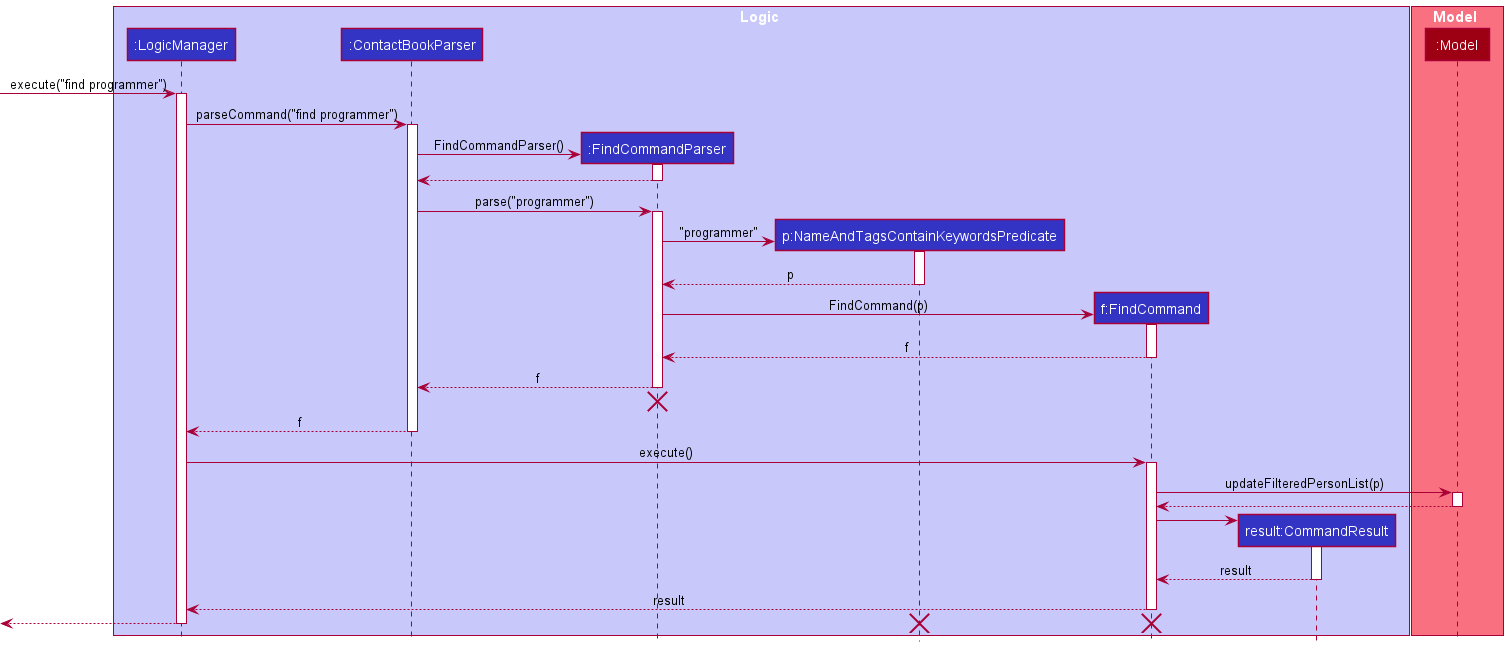
samyipsh/tp keeps this PlantUML diagram as docs/images/FindTagSequenceDiagram.png. Above is the earlier version.
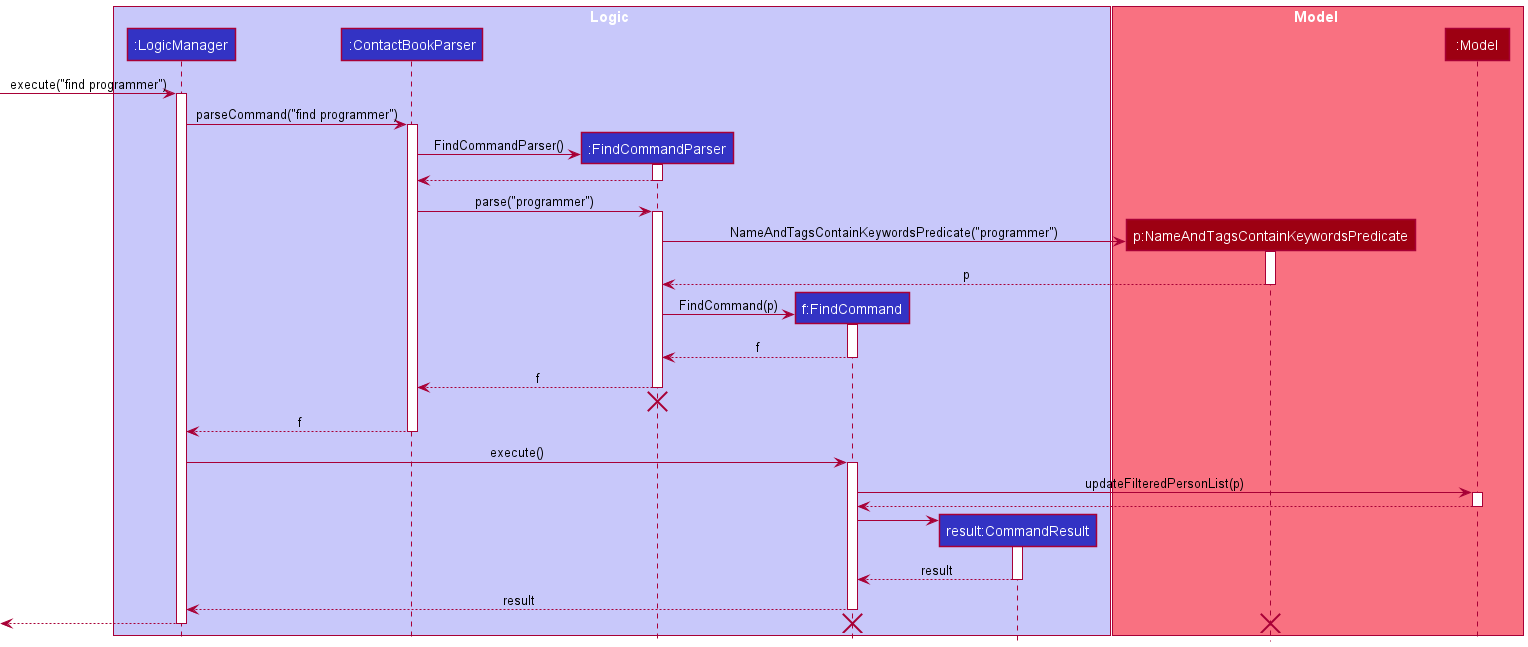
After the commit.

Commit message:
Change FindTagSequenceDiagrams to be more accurate

Change to the diagram source:
```diff
@@ -5,12 +5,12 @@
 participant ":LogicManager" as LogicManager LOGIC_COLOR
 participant ":ContactBookParser" as ContactBookParser LOGIC_COLOR
 participant ":FindCommandParser" as FindCommandParser LOGIC_COLOR
-participant "p:NameAndTagsContainKeywordsPredicate" as NameAndTagsContainKeywordsPredicate LOGIC_COLOR
 participant "f:FindCommand" as FindCommand LOGIC_COLOR
 participant "result:CommandResult" as CommandResult LOGIC_COLOR
 end box
 
 box Model MODEL_COLOR_T1
+participant "p:NameAndTagsContainKeywordsPredicate" as NameAndTagsContainKeywordsPredicate MODEL_COLOR
 participant ":Model" as Model MODEL_COLOR
 end box
 
@@ -31,7 +31,7 @@
 activate FindCommandParser
 
 create NameAndTagsContainKeywordsPredicate
-FindCommandParser -> NameAndTagsContainKeywordsPredicate : "programmer"
+FindCommandParser -> NameAndTagsContainKeywordsPredicate : NameAndTagsContainKeywordsPredicate("programmer")
 activate NameAndTagsContainKeywordsPredicate
 
 NameAndTagsContainKeywordsPredicate --> FindCommandParser : p
```
